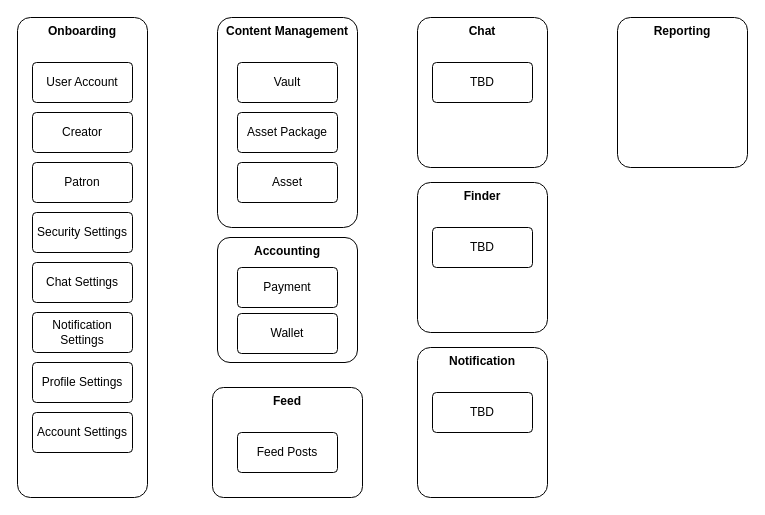
This is page "Domain Services" (3 of 3) of Documentation/High-Level Architecture.drawio from conradcreel/onlysats, a draw.io file, before an edit. Source tidied: cells renumbered, new cells numbered last; positions are measured from the earlier drawing's top-left corner, leaving out a move shared by most shapes. Both pictures are drawn from the tidied source at 100%, with x=0, y=0 at pixel (17, 17).
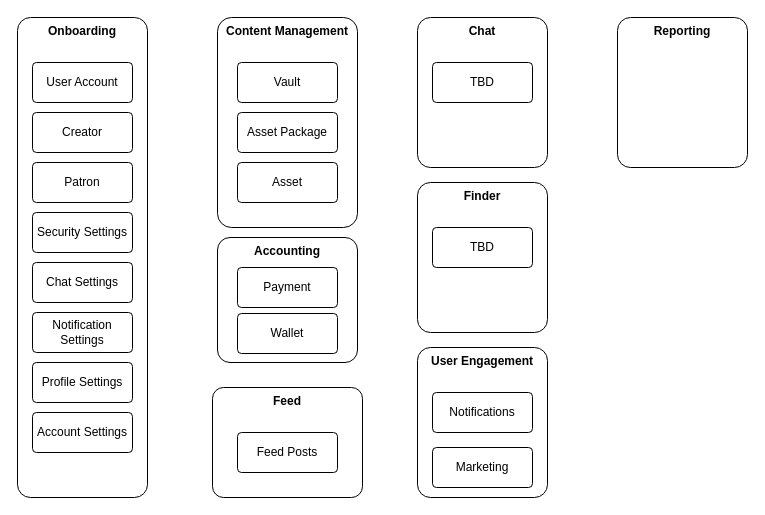
The same diagram, later.

The edit, as a diff of the source:
```diff
@@
-    <mxCell id="24" value="Notification" style="rounded=1;arcSize=10;whiteSpace=wrap;html=1;align=center;verticalAlign=top;fontStyle=1;" parent="1" vertex="1">
+    <mxCell id="24" value="User Engagement" style="rounded=1;arcSize=10;whiteSpace=wrap;html=1;align=center;verticalAlign=top;fontStyle=1;" parent="1" vertex="1">
       <mxGeometry x="400" y="330" width="130" height="150" as="geometry" />
     </mxCell>
-    <mxCell id="25" value="TBD" style="rounded=1;arcSize=10;whiteSpace=wrap;html=1;align=center;" parent="1" vertex="1">
+    <mxCell id="25" value="Notifications" style="rounded=1;arcSize=10;whiteSpace=wrap;html=1;align=center;" parent="1" vertex="1">
       <mxGeometry x="415" y="375" width="100" height="40" as="geometry" />
     </mxCell>
@@
+    <mxCell id="27" value="Marketing" style="rounded=1;arcSize=10;whiteSpace=wrap;html=1;align=center;" parent="1" vertex="1">
+      <mxGeometry x="415" y="430" width="100" height="40" as="geometry" />
+    </mxCell>
```
